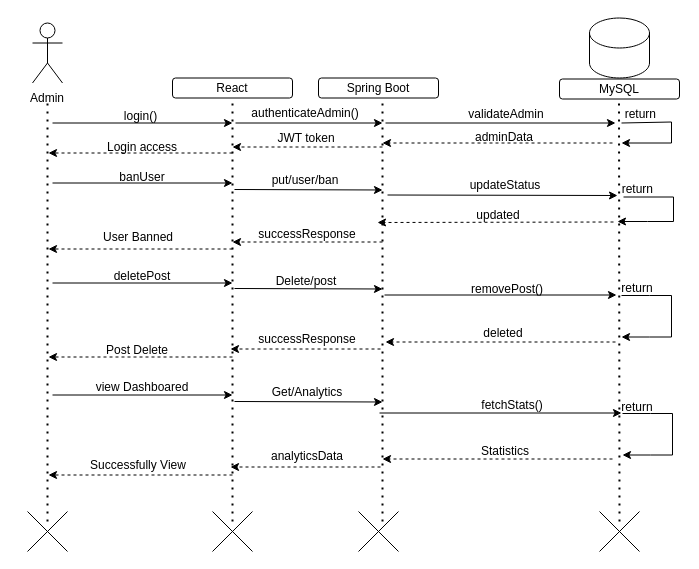
Before: Sequence_diagram_Admin.drawio in abubakar8866/Connectify, a draw.io diagram. Source tidied: cells renumbered, new cells numbered last; positions are measured from the earlier drawing's top-left corner, leaving out a move shared by most shapes. Both pictures are drawn from the tidied source at 100%, with x=0, y=0 at pixel (17, 17).
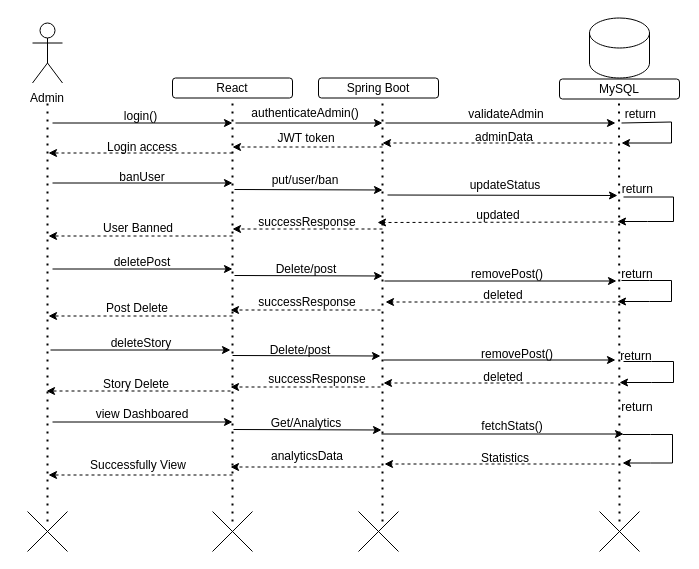
After the change.

What changed in the source:
```diff
@@
     <mxCell id="18" style="endArrow=classic;html=1;rounded=0;dashed=1;" parent="1" edge="1">
       <mxGeometry relative="1" as="geometry">
-        <mxPoint x="215" y="231.5" as="sourcePoint" />
-        <mxPoint x="31" y="231.5" as="targetPoint" />
+        <mxPoint x="215" y="218.5" as="sourcePoint" />
+        <mxPoint x="31" y="218.5" as="targetPoint" />
       </mxGeometry>
     </mxCell>
     <mxCell id="19" value="User Banned" style="text;html=1;align=center;verticalAlign=middle;whiteSpace=wrap;rounded=0;" parent="1" vertex="1">
-      <mxGeometry x="56" y="208.5" width="130" height="23" as="geometry" />
+      <mxGeometry x="56" y="199.5" width="130" height="23" as="geometry" />
     </mxCell>
     <mxCell id="20" style="endArrow=classic;html=1;rounded=0;" parent="1" edge="1">
       <mxGeometry relative="1" as="geometry">
-        <mxPoint x="35" y="265.5" as="sourcePoint" />
-        <mxPoint x="215" y="265.5" as="targetPoint" />
+        <mxPoint x="35" y="251.5" as="sourcePoint" />
+        <mxPoint x="215" y="251.5" as="targetPoint" />
       </mxGeometry>
     </mxCell>
     <mxCell id="21" style="endArrow=classic;html=1;rounded=0;dashed=1;" parent="1" edge="1">
       <mxGeometry relative="1" as="geometry">
-        <mxPoint x="215" y="339.5" as="sourcePoint" />
-        <mxPoint x="31" y="339.5" as="targetPoint" />
+        <mxPoint x="215" y="298.5" as="sourcePoint" />
+        <mxPoint x="31" y="298.5" as="targetPoint" />
       </mxGeometry>
     </mxCell>
     <mxCell id="22" style="endArrow=classic;html=1;rounded=0;" parent="1" edge="1">
       <mxGeometry relative="1" as="geometry">
-        <mxPoint x="35" y="377.5" as="sourcePoint" />
-        <mxPoint x="215" y="377.5" as="targetPoint" />
+        <mxPoint x="35" y="404.5" as="sourcePoint" />
+        <mxPoint x="215" y="404.5" as="targetPoint" />
       </mxGeometry>
     </mxCell>
@@
     <mxCell id="43" style="endArrow=classic;html=1;rounded=0;dashed=1;" parent="1" edge="1">
       <mxGeometry relative="1" as="geometry">
-        <mxPoint x="365" y="224.5" as="sourcePoint" />
-        <mxPoint x="215" y="224.5" as="targetPoint" />
+        <mxPoint x="365" y="211.5" as="sourcePoint" />
+        <mxPoint x="215" y="211.5" as="targetPoint" />
       </mxGeometry>
     </mxCell>
     <mxCell id="44" value="successResponse" style="text;html=1;whiteSpace=wrap;strokeColor=none;fillColor=none;align=center;verticalAlign=middle;rounded=0;" parent="1" vertex="1">
-      <mxGeometry x="260" y="201.5" width="60" height="30" as="geometry" />
+      <mxGeometry x="260" y="189.5" width="60" height="30" as="geometry" />
     </mxCell>
@@
     <mxCell id="48" value="deletePost" style="text;html=1;whiteSpace=wrap;strokeColor=none;fillColor=none;align=center;verticalAlign=middle;rounded=0;" parent="1" vertex="1">
-      <mxGeometry x="95" y="243.5" width="60" height="30" as="geometry" />
+      <mxGeometry x="95" y="229.5" width="60" height="30" as="geometry" />
     </mxCell>
     <mxCell id="49" style="endArrow=classic;html=1;rounded=0;fontSize=11;startSize=20;endSize=6;" parent="1" edge="1">
       <mxGeometry relative="1" as="geometry">
-        <mxPoint x="217" y="271" as="sourcePoint" />
-        <mxPoint x="365" y="271.5" as="targetPoint" />
+        <mxPoint x="217" y="258" as="sourcePoint" />
+        <mxPoint x="365" y="258.5" as="targetPoint" />
       </mxGeometry>
     </mxCell>
     <mxCell id="50" value="Delete/post" style="text;html=1;whiteSpace=wrap;strokeColor=none;fillColor=none;align=center;verticalAlign=middle;rounded=0;" parent="1" vertex="1">
-      <mxGeometry x="259" y="248.5" width="60" height="30" as="geometry" />
+      <mxGeometry x="259" y="236.5" width="60" height="30" as="geometry" />
     </mxCell>
     <mxCell id="51" style="endArrow=classic;html=1;rounded=0;fontSize=11;startSize=20;endSize=6;" parent="1" edge="1">
       <mxGeometry relative="1" as="geometry">
-        <mxPoint x="367" y="277.5" as="sourcePoint" />
-        <mxPoint x="599" y="277.5" as="targetPoint" />
+        <mxPoint x="367" y="263.5" as="sourcePoint" />
+        <mxPoint x="599" y="263.5" as="targetPoint" />
       </mxGeometry>
     </mxCell>
     <mxCell id="52" value="removePost()" style="text;html=1;whiteSpace=wrap;strokeColor=none;fillColor=none;align=center;verticalAlign=middle;rounded=0;" parent="1" vertex="1">
-      <mxGeometry x="460" y="256.5" width="60" height="30" as="geometry" />
+      <mxGeometry x="460" y="241.5" width="60" height="30" as="geometry" />
     </mxCell>
     <mxCell id="53" style="endArrow=classic;html=1;rounded=0;" parent="1" edge="1">
       <mxGeometry relative="1" as="geometry">
-        <mxPoint x="604" y="278" as="sourcePoint" />
-        <mxPoint x="604" y="319.5" as="targetPoint" />
+        <mxPoint x="604" y="263" as="sourcePoint" />
+        <mxPoint x="600" y="284" as="targetPoint" />
         <Array as="points">
-          <mxPoint x="632" y="278" />
-          <mxPoint x="654" y="278" />
-          <mxPoint x="654" y="319.5" />
-          <mxPoint x="632" y="319.5" />
+          <mxPoint x="632" y="263" />
+          <mxPoint x="654" y="263" />
+          <mxPoint x="654" y="284" />
+          <mxPoint x="632" y="284" />
         </Array>
       </mxGeometry>
     </mxCell>
     <mxCell id="54" value="return" style="text;html=1;whiteSpace=wrap;strokeColor=none;fillColor=none;align=center;verticalAlign=middle;rounded=0;" parent="1" vertex="1">
-      <mxGeometry x="590" y="255.5" width="60" height="30" as="geometry" />
+      <mxGeometry x="590" y="241.5" width="60" height="30" as="geometry" />
     </mxCell>
     <mxCell id="55" style="endArrow=classic;html=1;rounded=0;dashed=1;" parent="1" edge="1">
       <mxGeometry relative="1" as="geometry">
-        <mxPoint x="363" y="331.5" as="sourcePoint" />
-        <mxPoint x="213" y="331.5" as="targetPoint" />
+        <mxPoint x="363" y="292.5" as="sourcePoint" />
+        <mxPoint x="213" y="292.5" as="targetPoint" />
       </mxGeometry>
     </mxCell>
     <mxCell id="56" value="successResponse" style="text;html=1;whiteSpace=wrap;strokeColor=none;fillColor=none;align=center;verticalAlign=middle;rounded=0;" parent="1" vertex="1">
-      <mxGeometry x="250" y="307" width="80" height="30" as="geometry" />
+      <mxGeometry x="250" y="270" width="80" height="30" as="geometry" />
     </mxCell>
     <mxCell id="57" value="Post Delete" style="text;html=1;whiteSpace=wrap;strokeColor=none;fillColor=none;align=center;verticalAlign=middle;rounded=0;" parent="1" vertex="1">
-      <mxGeometry x="85" y="317.5" width="70" height="30" as="geometry" />
+      <mxGeometry x="85" y="275.5" width="70" height="30" as="geometry" />
     </mxCell>
     <mxCell id="58" style="endArrow=classic;html=1;rounded=0;dashed=1;" parent="1" edge="1">
       <mxGeometry relative="1" as="geometry">
-        <mxPoint x="598" y="324.5" as="sourcePoint" />
-        <mxPoint x="368" y="324.5" as="targetPoint" />
+        <mxPoint x="598" y="284.5" as="sourcePoint" />
+        <mxPoint x="368" y="284.5" as="targetPoint" />
       </mxGeometry>
     </mxCell>
     <mxCell id="59" value="deleted" style="text;html=1;whiteSpace=wrap;strokeColor=none;fillColor=none;align=center;verticalAlign=middle;rounded=0;" parent="1" vertex="1">
-      <mxGeometry x="451" y="305.5" width="70" height="20" as="geometry" />
+      <mxGeometry x="451" y="267.5" width="70" height="20" as="geometry" />
     </mxCell>
     <mxCell id="60" value="view Dashboared" style="text;html=1;whiteSpace=wrap;strokeColor=none;fillColor=none;align=center;verticalAlign=middle;rounded=0;" parent="1" vertex="1">
-      <mxGeometry x="75" y="354.5" width="100" height="31" as="geometry" />
+      <mxGeometry x="75" y="381.5" width="100" height="31" as="geometry" />
     </mxCell>
     <mxCell id="61" style="endArrow=classic;html=1;rounded=0;fontSize=11;startSize=20;endSize=6;" parent="1" edge="1">
       <mxGeometry relative="1" as="geometry">
-        <mxPoint x="217" y="384" as="sourcePoint" />
-        <mxPoint x="365" y="384.5" as="targetPoint" />
+        <mxPoint x="216" y="412" as="sourcePoint" />
+        <mxPoint x="364" y="412.5" as="targetPoint" />
       </mxGeometry>
     </mxCell>
     <mxCell id="62" value="Get/Analytics" style="text;html=1;whiteSpace=wrap;strokeColor=none;fillColor=none;align=center;verticalAlign=middle;rounded=0;" parent="1" vertex="1">
-      <mxGeometry x="235" y="359.5" width="110" height="30" as="geometry" />
+      <mxGeometry x="234" y="390.5" width="110" height="30" as="geometry" />
     </mxCell>
@@
     <mxCell id="64" style="endArrow=classic;html=1;rounded=0;fontSize=11;startSize=20;endSize=6;" parent="1" edge="1">
       <mxGeometry relative="1" as="geometry">
-        <mxPoint x="362" y="395.5" as="sourcePoint" />
-        <mxPoint x="604" y="395.5" as="targetPoint" />
+        <mxPoint x="364" y="416.5" as="sourcePoint" />
+        <mxPoint x="606" y="416.5" as="targetPoint" />
       </mxGeometry>
     </mxCell>
     <mxCell id="65" value="fetchStats()" style="text;html=1;whiteSpace=wrap;strokeColor=none;fillColor=none;align=center;verticalAlign=middle;rounded=0;" parent="1" vertex="1">
-      <mxGeometry x="465" y="372.5" width="60" height="30" as="geometry" />
+      <mxGeometry x="465" y="393.5" width="60" height="30" as="geometry" />
     </mxCell>
     <mxCell id="66" style="endArrow=classic;html=1;rounded=0;dashed=1;" parent="1" edge="1">
       <mxGeometry relative="1" as="geometry">
-        <mxPoint x="595" y="441.5" as="sourcePoint" />
-        <mxPoint x="365" y="441.5" as="targetPoint" />
+        <mxPoint x="597" y="446.5" as="sourcePoint" />
+        <mxPoint x="367" y="446.5" as="targetPoint" />
       </mxGeometry>
     </mxCell>
     <mxCell id="67" value="Statistics" style="text;html=1;whiteSpace=wrap;strokeColor=none;fillColor=none;align=center;verticalAlign=middle;rounded=0;" parent="1" vertex="1">
-      <mxGeometry x="438" y="418.5" width="100" height="30" as="geometry" />
+      <mxGeometry x="438" y="425.5" width="100" height="30" as="geometry" />
     </mxCell>
@@
     <mxCell id="70" style="endArrow=classic;html=1;rounded=0;" parent="1" edge="1">
       <mxGeometry relative="1" as="geometry">
-        <mxPoint x="605" y="396" as="sourcePoint" />
-        <mxPoint x="605" y="437.5" as="targetPoint" />
+        <mxPoint x="605" y="417" as="sourcePoint" />
+        <mxPoint x="605" y="445.5" as="targetPoint" />
         <Array as="points">
-          <mxPoint x="633" y="396" />
-          <mxPoint x="655" y="396" />
-          <mxPoint x="655" y="437.5" />
-          <mxPoint x="633" y="437.5" />
+          <mxPoint x="633" y="417" />
+          <mxPoint x="655" y="417" />
+          <mxPoint x="655" y="445.5" />
+          <mxPoint x="633" y="445.5" />
         </Array>
       </mxGeometry>
     </mxCell>
@@
+    <mxCell id="72" style="endArrow=classic;html=1;rounded=0;" parent="1" edge="1">
+      <mxGeometry relative="1" as="geometry">
+        <mxPoint x="33" y="332.5" as="sourcePoint" />
+        <mxPoint x="213" y="332.5" as="targetPoint" />
+      </mxGeometry>
+    </mxCell>
+    <mxCell id="73" value="deleteStory" style="text;html=1;whiteSpace=wrap;strokeColor=none;fillColor=none;align=center;verticalAlign=middle;rounded=0;" parent="1" vertex="1">
+      <mxGeometry x="94" y="310.5" width="60" height="30" as="geometry" />
+    </mxCell>
+    <mxCell id="74" value="Delete/post" style="text;html=1;whiteSpace=wrap;strokeColor=none;fillColor=none;align=center;verticalAlign=middle;rounded=0;" parent="1" vertex="1">
+      <mxGeometry x="253" y="317.5" width="60" height="30" as="geometry" />
+    </mxCell>
+    <mxCell id="75" style="endArrow=classic;html=1;rounded=0;fontSize=11;startSize=20;endSize=6;" parent="1" edge="1">
+      <mxGeometry relative="1" as="geometry">
+        <mxPoint x="215" y="338" as="sourcePoint" />
+        <mxPoint x="363" y="338.5" as="targetPoint" />
+      </mxGeometry>
+    </mxCell>
+    <mxCell id="76" value="removePost()" style="text;html=1;whiteSpace=wrap;strokeColor=none;fillColor=none;align=center;verticalAlign=middle;rounded=0;" parent="1" vertex="1">
+      <mxGeometry x="470" y="321.5" width="60" height="30" as="geometry" />
+    </mxCell>
+    <mxCell id="77" style="endArrow=classic;html=1;rounded=0;fontSize=11;startSize=20;endSize=6;" parent="1" edge="1">
+      <mxGeometry relative="1" as="geometry">
+        <mxPoint x="366" y="342.5" as="sourcePoint" />
+        <mxPoint x="598" y="342.5" as="targetPoint" />
+      </mxGeometry>
+    </mxCell>
+    <mxCell id="78" value="return" style="text;html=1;whiteSpace=wrap;strokeColor=none;fillColor=none;align=center;verticalAlign=middle;rounded=0;" parent="1" vertex="1">
+      <mxGeometry x="589" y="323.5" width="60" height="30" as="geometry" />
+    </mxCell>
+    <mxCell id="79" style="endArrow=classic;html=1;rounded=0;" parent="1" edge="1">
+      <mxGeometry relative="1" as="geometry">
+        <mxPoint x="606" y="344" as="sourcePoint" />
+        <mxPoint x="602" y="365" as="targetPoint" />
+        <Array as="points">
+          <mxPoint x="634" y="344" />
+          <mxPoint x="656" y="344" />
+          <mxPoint x="656" y="365" />
+          <mxPoint x="634" y="365" />
+        </Array>
+      </mxGeometry>
+    </mxCell>
+    <mxCell id="80" style="endArrow=classic;html=1;rounded=0;dashed=1;" parent="1" edge="1">
+      <mxGeometry relative="1" as="geometry">
+        <mxPoint x="596" y="365.5" as="sourcePoint" />
+        <mxPoint x="366" y="365.5" as="targetPoint" />
+      </mxGeometry>
+    </mxCell>
+    <mxCell id="81" value="deleted" style="text;html=1;whiteSpace=wrap;strokeColor=none;fillColor=none;align=center;verticalAlign=middle;rounded=0;" parent="1" vertex="1">
+      <mxGeometry x="451" y="349.5" width="70" height="20" as="geometry" />
+    </mxCell>
+    <mxCell id="82" value="successResponse" style="text;html=1;whiteSpace=wrap;strokeColor=none;fillColor=none;align=center;verticalAlign=middle;rounded=0;" parent="1" vertex="1">
+      <mxGeometry x="260" y="347" width="80" height="30" as="geometry" />
+    </mxCell>
+    <mxCell id="83" style="endArrow=classic;html=1;rounded=0;dashed=1;" parent="1" edge="1">
+      <mxGeometry relative="1" as="geometry">
+        <mxPoint x="363" y="369.5" as="sourcePoint" />
+        <mxPoint x="213" y="369.5" as="targetPoint" />
+      </mxGeometry>
+    </mxCell>
+    <mxCell id="84" style="endArrow=classic;html=1;rounded=0;dashed=1;" parent="1" edge="1">
+      <mxGeometry relative="1" as="geometry">
+        <mxPoint x="213" y="373.5" as="sourcePoint" />
+        <mxPoint x="29" y="373.5" as="targetPoint" />
+      </mxGeometry>
+    </mxCell>
+    <mxCell id="85" value="Story Delete" style="text;html=1;whiteSpace=wrap;strokeColor=none;fillColor=none;align=center;verticalAlign=middle;rounded=0;" parent="1" vertex="1">
+      <mxGeometry x="84" y="351.5" width="70" height="30" as="geometry" />
+    </mxCell>
```
